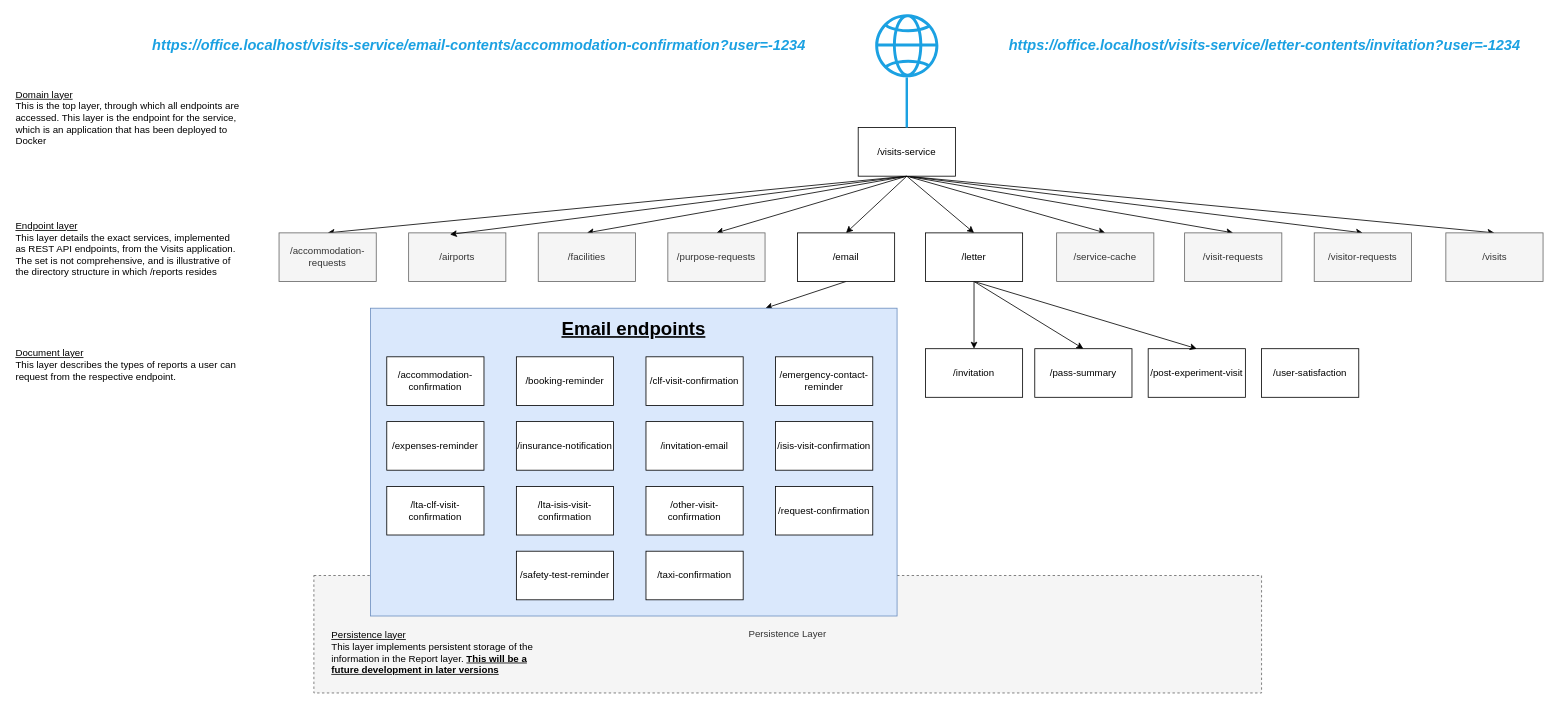
Above: Service URL hierarchy.drawio in ambolt314/FinalProjectDesign (draw.io), before the change. Source tidied: cells renumbered, new cells numbered last; positions are measured from the earlier drawing's top-left corner, leaving out a move shared by most shapes. Both pictures are drawn from the tidied source at 81%, with x=0, y=0 at pixel (14, 14).
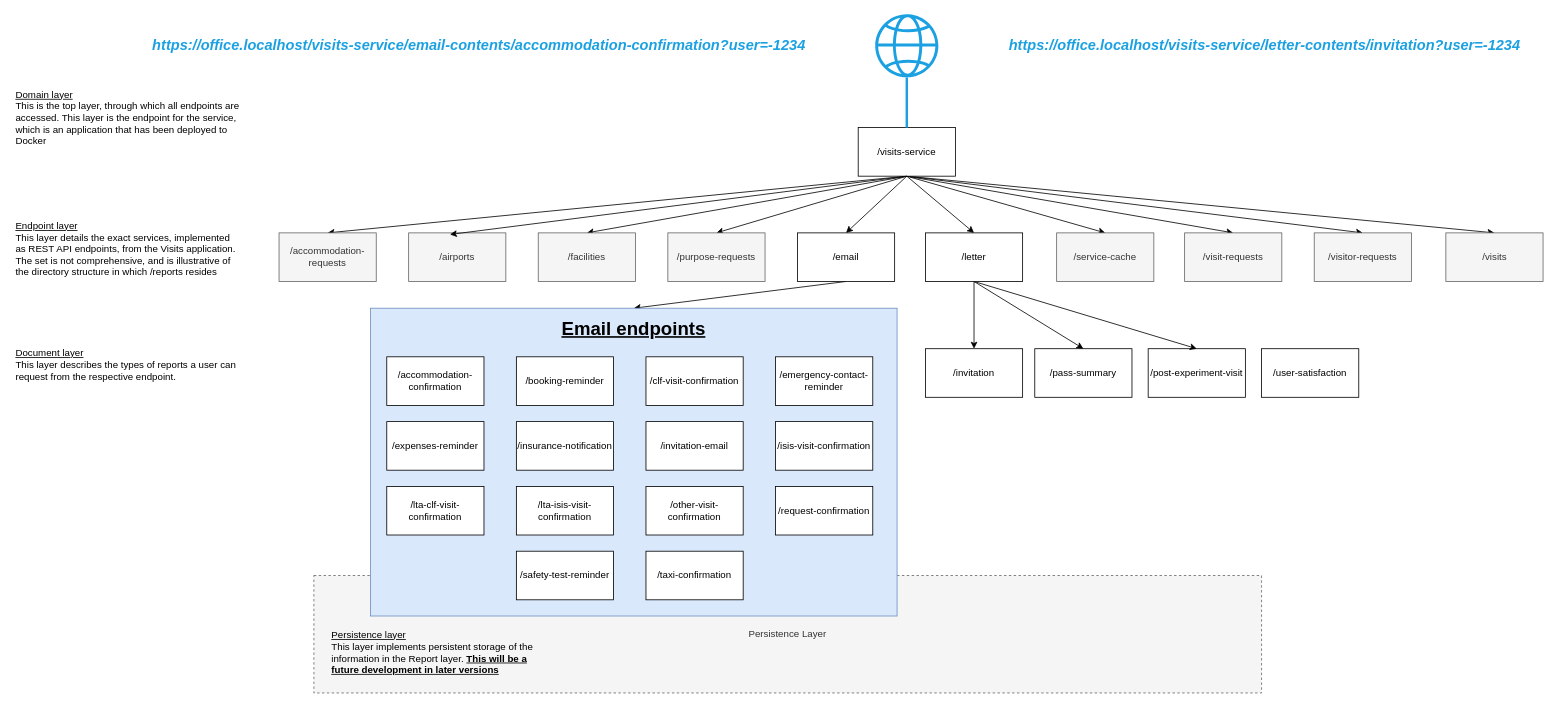
The same page after the edit.

Unchanged cells that the change refers to:
```xml
<mxCell id="12" value="/email" style="rounded=0;whiteSpace=wrap;html=1;" parent="1" vertex="1">
  <mxGeometry x="967" y="270" width="120" height="60" as="geometry" />
</mxCell>
<mxCell id="40" style="rounded=0;whiteSpace=wrap;html=1;fillColor=#dae8fc;strokeColor=#6c8ebf;" parent="38" vertex="1">
  <mxGeometry width="650" height="380" as="geometry" />
</mxCell>
```

The edit, as a diff of the source:
```diff
@@
-    <mxCell id="11" style="rounded=0;jettySize=auto;html=1;entryX=0.75;entryY=0;entryDx=0;entryDy=0;exitX=0.5;exitY=1;exitDx=0;exitDy=0;" parent="1" edge="1" source="12" target="40">
+    <mxCell id="11" style="rounded=0;jettySize=auto;html=1;entryX=0.5;entryY=0;entryDx=0;entryDy=0;exitX=0.5;exitY=1;exitDx=0;exitDy=0;" parent="1" edge="1" source="12" target="40">
       <mxGeometry relative="1" as="geometry" />
     </mxCell>
```
